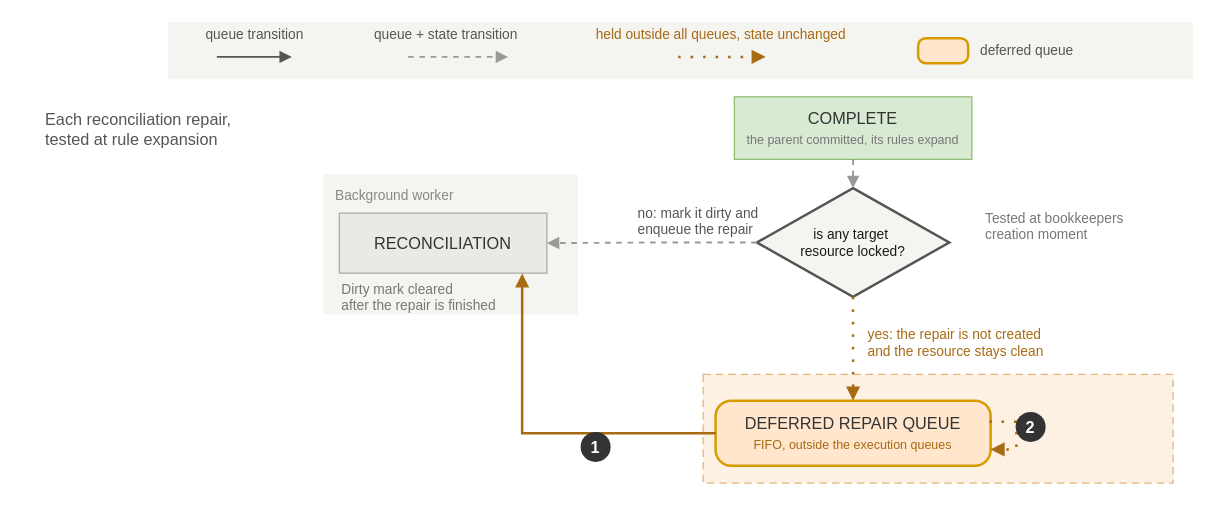
Earlier version of the draw.io diagram figures/fig-hybrid-queueing-base-bookkeeper.drawio (mililika/bachelor-thesis-tum-acid-base-adaptivity). Source tidied: cells renumbered, new cells numbered last; positions are measured from the earlier drawing's top-left corner, leaving out a move shared by most shapes. Both pictures are drawn from the tidied source at 125%, with x=0, y=0 at pixel (42, 21).
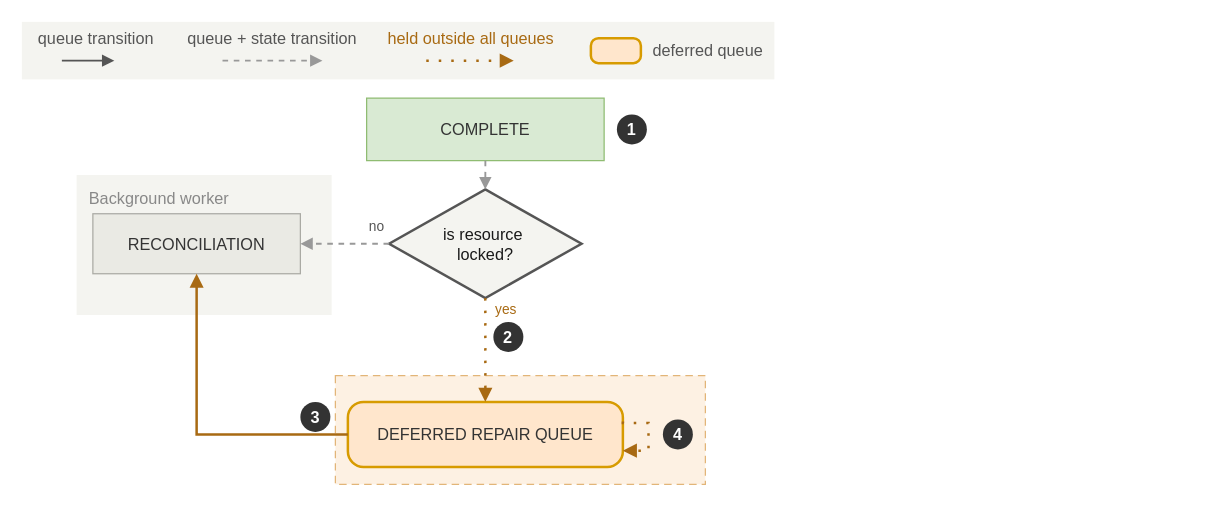
The same page after the edit.

Change to the diagram source:
```diff
@@
     <mxCell id="2" style="rounded=0;whiteSpace=wrap;html=1;fillColor=#f4f4f0;strokeColor=none;" parent="1" vertex="1">
-      <mxGeometry x="100" width="820" height="46" as="geometry" />
+      <mxGeometry x="-17" width="602" height="46" as="geometry" />
     </mxCell>
-    <mxCell id="3" value="queue transition" style="text;html=1;align=center;verticalAlign=middle;fontSize=11;fontFamily=Helvetica;fontColor=#555555;" parent="1" vertex="1">
-      <mxGeometry x="106" width="126" height="20" as="geometry" />
+    <mxCell id="3" value="queue transition" style="text;html=1;align=center;verticalAlign=middle;fontSize=13;fontFamily=Helvetica;fontColor=#555555;" parent="1" vertex="1">
+      <mxGeometry x="-6" y="3" width="96" height="20" as="geometry" />
     </mxCell>
     <mxCell id="4" style="edgeStyle=none;rounded=0;html=1;strokeWidth=1.5;strokeColor=#555555;endArrow=block;endFill=1;" parent="1" edge="1">
       <mxGeometry relative="1" as="geometry">
-        <mxPoint x="139" y="28" as="sourcePoint" />
-        <mxPoint x="199" y="28" as="targetPoint" />
+        <mxPoint x="15" y="31" as="sourcePoint" />
+        <mxPoint x="57" y="31" as="targetPoint" />
       </mxGeometry>
     </mxCell>
-    <mxCell id="5" value="queue + state transition" style="text;html=1;align=center;verticalAlign=middle;fontSize=11;fontFamily=Helvetica;fontColor=#555555;" parent="1" vertex="1">
-      <mxGeometry x="242" width="160" height="20" as="geometry" />
+    <mxCell id="5" value="queue + state transition" style="text;html=1;align=center;verticalAlign=middle;fontSize=13;fontFamily=Helvetica;fontColor=#555555;" parent="1" vertex="1">
+      <mxGeometry x="114" y="3" width="138" height="20" as="geometry" />
     </mxCell>
     <mxCell id="6" style="edgeStyle=none;rounded=0;html=1;strokeWidth=1.5;strokeColor=#999999;dashed=1;endArrow=block;endFill=1;" parent="1" edge="1">
       <mxGeometry relative="1" as="geometry">
-        <mxPoint x="292" y="28" as="sourcePoint" />
-        <mxPoint x="372" y="28" as="targetPoint" />
+        <mxPoint x="143.5" y="31" as="sourcePoint" />
+        <mxPoint x="223.5" y="31" as="targetPoint" />
       </mxGeometry>
     </mxCell>
-    <mxCell id="7" value="held outside all queues, state unchanged" style="text;html=1;align=center;verticalAlign=middle;fontSize=11;fontFamily=Helvetica;fontColor=#a86a13;" parent="1" vertex="1">
-      <mxGeometry x="432" width="220" height="20" as="geometry" />
+    <mxCell id="7" value="held outside all queues" style="text;html=1;align=center;verticalAlign=middle;fontSize=13;fontFamily=Helvetica;fontColor=#a86a13;" parent="1" vertex="1">
+      <mxGeometry x="268" y="3" width="147" height="20" as="geometry" />
     </mxCell>
     <mxCell id="8" style="edgeStyle=none;rounded=0;html=1;strokeWidth=2;strokeColor=#a86a13;dashed=1;dashPattern=1 4;endArrow=block;endFill=1;" parent="1" edge="1">
       <mxGeometry relative="1" as="geometry">
-        <mxPoint x="508" y="28" as="sourcePoint" />
-        <mxPoint x="578" y="28" as="targetPoint" />
+        <mxPoint x="306.5" y="31" as="sourcePoint" />
+        <mxPoint x="376.5" y="31" as="targetPoint" />
       </mxGeometry>
     </mxCell>
     <mxCell id="9" style="rounded=1;arcSize=30;whiteSpace=wrap;html=1;fillColor=#ffe6cc;strokeColor=#d79b00;strokeWidth=2;" parent="1" vertex="1">
-      <mxGeometry x="700" y="13" width="40" height="20" as="geometry" />
+      <mxGeometry x="438.2" y="13" width="40" height="20" as="geometry" />
     </mxCell>
-    <mxCell id="10" value="deferred queue" style="text;html=1;align=left;verticalAlign=middle;fontSize=11;fontFamily=Helvetica;fontColor=#555555;" parent="1" vertex="1">
-      <mxGeometry x="748" y="3" width="180" height="40" as="geometry" />
+    <mxCell id="10" value="deferred queue" style="text;html=1;align=left;verticalAlign=middle;fontSize=13;fontFamily=Helvetica;fontColor=#555555;" parent="1" vertex="1">
+      <mxGeometry x="486.2" y="3" width="91" height="40" as="geometry" />
     </mxCell>
-    <mxCell id="11" value="Each reconciliation repair,&amp;nbsp;&lt;div&gt;tested at rule expansion&lt;/div&gt;" style="text;html=1;align=left;verticalAlign=middle;fontSize=13;fontFamily=Helvetica;fontColor=#555555;fontStyle=0;" parent="1" vertex="1">
-      <mxGeometry y="68" width="224" height="35" as="geometry" />
-    </mxCell>
-    <mxCell id="12" value="COMPLETE&lt;br&gt;&lt;font style=&quot;font-size: 10px;&quot; color=&quot;#777777&quot;&gt;the parent committed, its rules expand&lt;/font&gt;" style="rounded=0;whiteSpace=wrap;html=1;fillColor=#d9ead3;strokeColor=#8fbc72;fontFamily=Helvetica;fontSize=13;fontColor=#333333;" parent="1" vertex="1">
-      <mxGeometry x="553" y="60" width="190" height="50" as="geometry" />
+    <mxCell id="12" value="COMPLETE" style="rounded=0;whiteSpace=wrap;html=1;fillColor=#d9ead3;strokeColor=#8fbc72;fontFamily=Helvetica;fontSize=13;fontColor=#333333;" parent="1" vertex="1">
+      <mxGeometry x="258.8" y="61" width="190" height="50" as="geometry" />
     </mxCell>
-    <mxCell id="13" value="Background worker" style="rounded=0;whiteSpace=wrap;html=1;fillColor=#f4f4f0;strokeColor=none;verticalAlign=top;align=left;spacingLeft=8;spacingTop=4;fontSize=11;fontFamily=Helvetica;fontColor=#888888;" parent="1" vertex="1">
-      <mxGeometry x="224" y="122" width="204" height="112" as="geometry" />
+    <mxCell id="13" value="&lt;font style=&quot;font-size: 13px;&quot;&gt;Background worker&lt;/font&gt;" style="rounded=0;whiteSpace=wrap;html=1;fillColor=#f4f4f0;strokeColor=none;verticalAlign=top;align=left;spacingLeft=8;spacingTop=4;fontSize=11;fontFamily=Helvetica;fontColor=#888888;" parent="1" vertex="1">
+      <mxGeometry x="26.8" y="122.5" width="204" height="112" as="geometry" />
     </mxCell>
     <mxCell id="14" style="rounded=0;whiteSpace=wrap;html=1;fillColor=#fdf1e3;strokeColor=#e2b578;dashed=1;dashPattern=6 4;" parent="1" vertex="1">
-      <mxGeometry x="528" y="282" width="376" height="87" as="geometry" />
+      <mxGeometry x="233.8" y="283" width="296" height="87" as="geometry" />
     </mxCell>
-    <mxCell id="15" value="&lt;span&gt;is any target&amp;nbsp;&lt;/span&gt;&lt;div&gt;&lt;span&gt;resource locked?&lt;/span&gt;&lt;/div&gt;" style="rhombus;whiteSpace=wrap;html=1;fillColor=#f4f4f0;strokeColor=#555555;strokeWidth=2;fontFamily=Helvetica;fontSize=11;fontColor=#1a1a1a;fontStyle=0;" parent="1" vertex="1">
-      <mxGeometry x="571" y="133" width="153.9" height="87" as="geometry" />
+    <mxCell id="15" value="&lt;span&gt;is&amp;nbsp;&lt;/span&gt;&lt;span style=&quot;background-color: transparent; color: light-dark(rgb(26, 26, 26), rgb(215, 215, 215));&quot;&gt;resource&amp;nbsp;&lt;/span&gt;&lt;div&gt;&lt;span style=&quot;background-color: transparent; color: light-dark(rgb(26, 26, 26), rgb(215, 215, 215));&quot;&gt;locked?&lt;/span&gt;&lt;/div&gt;" style="rhombus;whiteSpace=wrap;html=1;fillColor=#f4f4f0;strokeColor=#555555;strokeWidth=2;fontFamily=Helvetica;fontSize=13;fontColor=#1a1a1a;fontStyle=0;" parent="1" vertex="1">
+      <mxGeometry x="276.8" y="134" width="153.9" height="87" as="geometry" />
     </mxCell>
     <mxCell id="16" value="RECONCILIATION" style="rounded=0;whiteSpace=wrap;html=1;fillColor=#eaeae4;strokeColor=#aaaaa4;fontFamily=Helvetica;fontSize=13;fontColor=#333333;" parent="1" vertex="1">
-      <mxGeometry x="237" y="153" width="166" height="48" as="geometry" />
+      <mxGeometry x="39.8" y="153.5" width="166" height="48" as="geometry" />
     </mxCell>
-    <mxCell id="17" value="DEFERRED REPAIR QUEUE&lt;br&gt;&lt;font style=&quot;font-size: 10px;&quot; color=&quot;#a86a13&quot;&gt;FIFO, outside the execution queues&lt;/font&gt;" style="rounded=1;arcSize=24;whiteSpace=wrap;html=1;fillColor=#ffe6cc;strokeColor=#d79b00;strokeWidth=2;fontFamily=Helvetica;fontSize=13;fontColor=#333333;" parent="1" vertex="1">
-      <mxGeometry x="538" y="303" width="220" height="52" as="geometry" />
+    <mxCell id="17" value="DEFERRED REPAIR QUEUE" style="rounded=1;arcSize=24;whiteSpace=wrap;html=1;fillColor=#ffe6cc;strokeColor=#d79b00;strokeWidth=2;fontFamily=Helvetica;fontSize=13;fontColor=#333333;" parent="1" vertex="1">
+      <mxGeometry x="243.8" y="304" width="220" height="52" as="geometry" />
     </mxCell>
@@
-    <mxCell id="19" value="Tested at bookkeepers&lt;div&gt;creation moment&lt;/div&gt;" style="text;html=1;align=left;verticalAlign=top;fontSize=11;fontFamily=Helvetica;fontColor=#777777;" parent="1" vertex="1">
-      <mxGeometry x="752" y="144" width="110" height="38" as="geometry" />
-    </mxCell>
@@
-    <mxCell id="21" value="&lt;span&gt;no&lt;/span&gt;: mark it dirty and&lt;br&gt;enqueue the repair" style="text;html=1;align=left;verticalAlign=bottom;fontSize=11;fontFamily=Helvetica;fontColor=#555555;fontStyle=0;" parent="1" vertex="1">
-      <mxGeometry x="473.8" y="143" width="119.2" height="32" as="geometry" />
+    <mxCell id="21" value="&lt;span&gt;no&lt;/span&gt;" style="text;html=1;align=left;verticalAlign=bottom;fontSize=11;fontFamily=Helvetica;fontColor=#555555;fontStyle=0;" parent="1" vertex="1">
+      <mxGeometry x="258.8" y="155.5" width="19" height="17" as="geometry" />
     </mxCell>
-    <mxCell id="22" value="Dirty mark cleared&lt;div&gt;after the repair is finished&lt;/div&gt;" style="text;html=1;align=left;verticalAlign=top;fontSize=11;fontFamily=Helvetica;fontColor=#777777;" parent="1" vertex="1">
-      <mxGeometry x="237" y="201" width="140" height="30" as="geometry" />
-    </mxCell>
-    <mxCell id="23" value="&lt;span&gt;yes&lt;/span&gt;: the repair is not created&lt;br&gt;and the resource stays clean" style="text;html=1;align=left;verticalAlign=middle;fontSize=11;fontFamily=Helvetica;fontColor=#a86a13;fontStyle=0;" parent="1" vertex="1">
-      <mxGeometry x="658" y="242" width="220" height="30" as="geometry" />
+    <mxCell id="23" value="&lt;span&gt;yes&lt;/span&gt;" style="text;html=1;align=left;verticalAlign=middle;fontSize=11;fontFamily=Helvetica;fontColor=#a86a13;fontStyle=0;" parent="1" vertex="1">
+      <mxGeometry x="360.2" y="218" width="31" height="24" as="geometry" />
     </mxCell>
@@
-    <mxCell id="25" style="edgeStyle=orthogonalEdgeStyle;rounded=0;html=1;strokeWidth=2;strokeColor=#a86a13;endArrow=block;endFill=1;exitX=0;exitY=0.5;exitDx=0;exitDy=0;entryX=0.881;entryY=1.006;entryDx=0;entryDy=0;entryPerimeter=0;" parent="1" edge="1" source="17" target="16">
+    <mxCell id="25" style="edgeStyle=orthogonalEdgeStyle;rounded=0;html=1;strokeWidth=2;strokeColor=#a86a13;endArrow=block;endFill=1;exitX=0;exitY=0.5;exitDx=0;exitDy=0;entryX=0.5;entryY=1;entryDx=0;entryDy=0;" parent="1" edge="1" source="17" target="16">
       <mxGeometry relative="1" as="geometry">
         <Array as="points">
-          <mxPoint x="383.2" y="329" />
+          <mxPoint x="122.8" y="330" />
         </Array>
       </mxGeometry>
     </mxCell>
     <mxCell id="26" style="edgeStyle=orthogonalEdgeStyle;rounded=0;html=1;strokeWidth=2;strokeColor=#a86a13;dashed=1;dashPattern=1 4;endArrow=block;endFill=1;exitX=1;exitY=0.3;exitDx=0;exitDy=0;entryX=1;entryY=0.75;entryDx=0;entryDy=0;innerLoopWaypoints=1;" parent="1" edge="1" source="17" target="17">
       <mxGeometry relative="1" as="geometry">
         <Array as="points">
-          <mxPoint x="758" y="319.9" />
-          <mxPoint x="778.6" y="319.9" />
-          <mxPoint x="778.6" y="342" />
+          <mxPoint x="463.8" y="320.9" />
+          <mxPoint x="484.3" y="320.9" />
+          <mxPoint x="484.3" y="343" />
         </Array>
       </mxGeometry>
     </mxCell>
-    <mxCell id="27" value="1" style="ellipse;whiteSpace=wrap;html=1;fillColor=#333333;strokeColor=none;fontColor=#ffffff;fontSize=13;fontFamily=Helvetica;fontStyle=1;verticalAlign=middle;align=center;" parent="1" vertex="1">
-      <mxGeometry x="430" y="328" width="24" height="24" as="geometry" />
+    <mxCell id="27" value="2" style="ellipse;whiteSpace=wrap;html=1;fillColor=#333333;strokeColor=none;fontColor=#ffffff;fontSize=13;fontFamily=Helvetica;fontStyle=1;verticalAlign=middle;align=center;" parent="1" vertex="1">
+      <mxGeometry x="360.2" y="240" width="24" height="24" as="geometry" />
     </mxCell>
-    <mxCell id="28" value="2" style="ellipse;whiteSpace=wrap;html=1;fillColor=#333333;strokeColor=none;fontColor=#ffffff;fontSize=13;fontFamily=Helvetica;fontStyle=1;verticalAlign=middle;align=center;" parent="1" vertex="1">
-      <mxGeometry x="778" y="312" width="24" height="24" as="geometry" />
+    <mxCell id="28" value="4" style="ellipse;whiteSpace=wrap;html=1;fillColor=#333333;strokeColor=none;fontColor=#ffffff;fontSize=13;fontFamily=Helvetica;fontStyle=1;verticalAlign=middle;align=center;" parent="1" vertex="1">
+      <mxGeometry x="495.8" y="318" width="24" height="24" as="geometry" />
     </mxCell>
+    <mxCell id="29" value="1" style="ellipse;whiteSpace=wrap;html=1;fillColor=#333333;strokeColor=none;fontColor=#ffffff;fontSize=13;fontFamily=Helvetica;fontStyle=1;verticalAlign=middle;align=center;" parent="1" vertex="1">
+      <mxGeometry x="459" y="74" width="24" height="24" as="geometry" />
+    </mxCell>
+    <mxCell id="30" value="3" style="ellipse;whiteSpace=wrap;html=1;fillColor=#333333;strokeColor=none;fontColor=#ffffff;fontSize=13;fontFamily=Helvetica;fontStyle=1;verticalAlign=middle;align=center;" parent="1" vertex="1">
+      <mxGeometry x="205.8" y="304" width="24" height="24" as="geometry" />
+    </mxCell>
```
